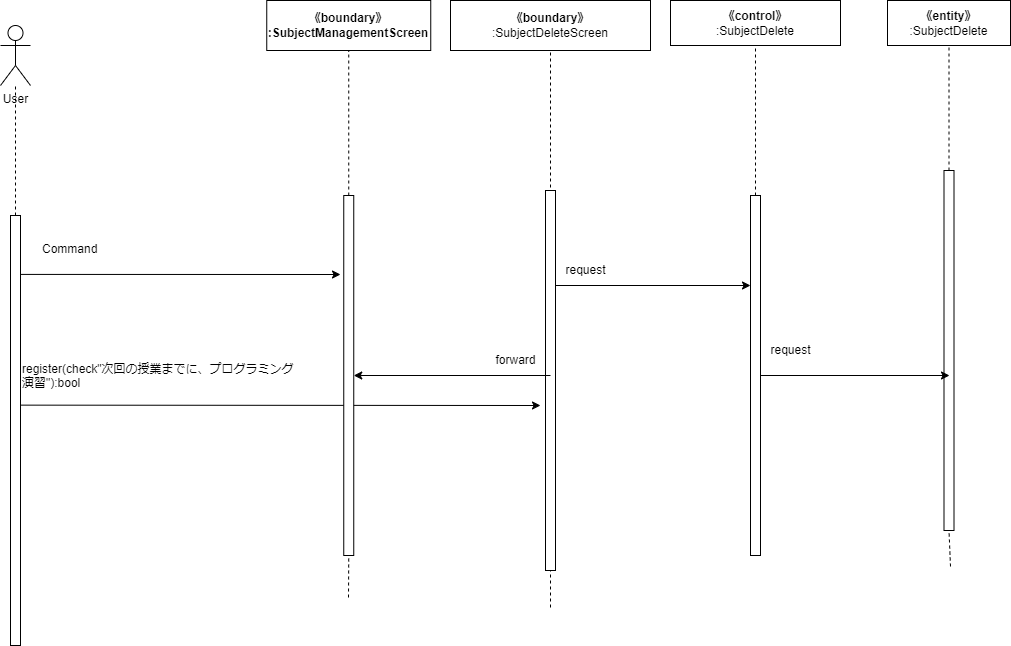
Before: Design/Sequence-4.drawio.png, a diagram exported from draw.io (Hu-Hanxu/First-App-Self-Management-). Source tidied: cells renumbered, new cells last; positions are measured from the earlier drawing's top-left corner, leaving out a move shared by most shapes.
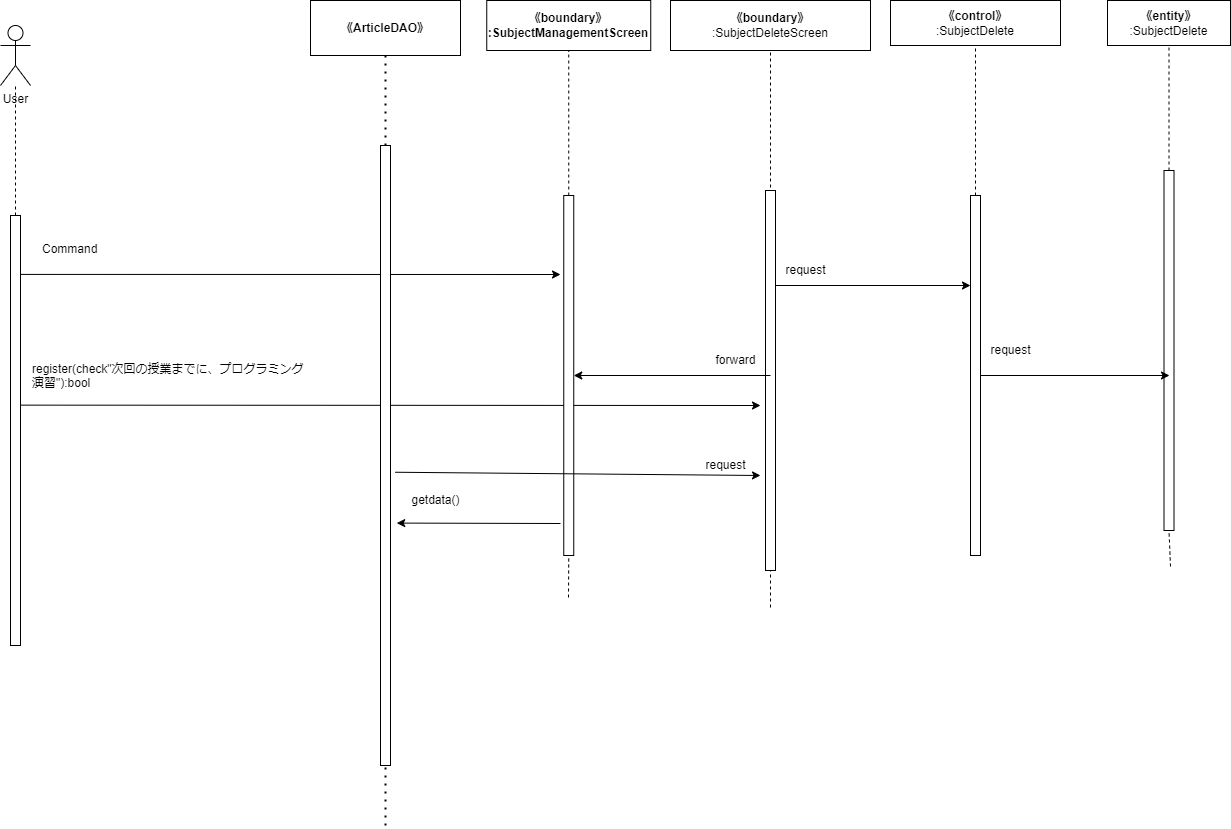
Above is the later version.

Diff of the diagram source:
```diff
@@ -3,11 +3,11 @@
     <mxCell id="0" />
     <mxCell id="1" parent="0" />
     <mxCell id="2" value="User" style="shape=umlActor;verticalLabelPosition=bottom;verticalAlign=top;html=1;outlineConnect=0;" parent="1" vertex="1">
-      <mxGeometry y="25" width="30" height="60" as="geometry" />
+      <mxGeometry x="-220" y="25" width="30" height="60" as="geometry" />
     </mxCell>
     <mxCell id="3" style="endArrow=none;dashed=1;html=1;exitX=0.5;exitY=0;exitDx=0;exitDy=0;" parent="1" edge="1" target="2">
       <mxGeometry relative="1" as="geometry">
-        <mxPoint x="15" y="215" as="sourcePoint" />
+        <mxPoint x="-205" y="215" as="sourcePoint" />
       </mxGeometry>
     </mxCell>
     <mxCell id="4" value="&lt;span style=&quot;font-weight: 700;&quot;&gt;《boundary》&lt;/span&gt;&lt;br style=&quot;font-weight: 700;&quot;&gt;&lt;span style=&quot;font-weight: 700;&quot;&gt;:Subject&lt;/span&gt;&lt;b&gt;ManagementScreen&lt;/b&gt;" style="rounded=0;whiteSpace=wrap;html=1;" parent="1" vertex="1">
@@ -25,7 +25,7 @@
       </mxGeometry>
     </mxCell>
     <mxCell id="8" style="rounded=0;whiteSpace=wrap;html=1;" parent="1" vertex="1">
-      <mxGeometry x="10" y="215" width="10" height="430" as="geometry" />
+      <mxGeometry x="-210" y="215" width="10" height="430" as="geometry" />
     </mxCell>
     <mxCell id="9" style="endArrow=none;dashed=1;html=1;entryX=0.5;entryY=1;entryDx=0;entryDy=0;startArrow=none;" parent="1" edge="1" source="11" target="4">
       <mxGeometry relative="1" as="geometry" />
@@ -67,10 +67,10 @@
       <mxGeometry x="943.5" y="170" width="10" height="360" as="geometry" />
     </mxCell>
     <mxCell id="20" value="register(check&quot;次回の授業までに、プログラミング演習&quot;):bool" style="text;whiteSpace=wrap;html=1;" parent="1" vertex="1">
-      <mxGeometry x="20" y="355" width="280" height="40" as="geometry" />
+      <mxGeometry x="-190" y="355" width="280" height="40" as="geometry" />
     </mxCell>
     <mxCell id="21" value="Command" style="text;whiteSpace=wrap;html=1;" parent="1" vertex="1">
-      <mxGeometry x="40" y="235" width="90" height="40" as="geometry" />
+      <mxGeometry x="-180" y="235" width="90" height="40" as="geometry" />
     </mxCell>
     <mxCell id="22" style="endArrow=classic;html=1;exitX=1.055;exitY=0.137;exitDx=0;exitDy=0;exitPerimeter=0;" parent="1" edge="1" source="8">
       <mxGeometry relative="1" as="geometry">
@@ -99,5 +99,35 @@
     <mxCell id="28" value="request" style="text;html=1;align=center;verticalAlign=middle;strokeColor=none;fillColor=none;" parent="1" vertex="1">
       <mxGeometry x="760" y="335" width="60" height="30" as="geometry" />
     </mxCell>
+    <mxCell id="29" value="&lt;span style=&quot;font-weight: 700;&quot;&gt;《&lt;/span&gt;&lt;span style=&quot;font-weight: 700;&quot;&gt;ArticleDAO&lt;/span&gt;&lt;span style=&quot;font-weight: 700;&quot;&gt;》&lt;/span&gt;" style="rounded=0;whiteSpace=wrap;html=1;" parent="1" vertex="1">
+      <mxGeometry x="90" width="150" height="55" as="geometry" />
+    </mxCell>
+    <mxCell id="30" style="endArrow=none;dashed=1;html=1;dashPattern=1 3;strokeWidth=2;entryX=0.5;entryY=1;entryDx=0;entryDy=0;startArrow=none;" parent="1" edge="1" source="32" target="29">
+      <mxGeometry relative="1" as="geometry" />
+    </mxCell>
+    <mxCell id="31" style="endArrow=none;dashed=1;html=1;dashPattern=1 3;strokeWidth=2;entryX=0.5;entryY=1;entryDx=0;entryDy=0;" parent="1" edge="1" target="32">
+      <mxGeometry relative="1" as="geometry">
+        <mxPoint x="165" y="825" as="sourcePoint" />
+      </mxGeometry>
+    </mxCell>
+    <mxCell id="32" style="rounded=0;whiteSpace=wrap;html=1;" parent="1" vertex="1">
+      <mxGeometry x="160" y="145" width="10" height="620" as="geometry" />
+    </mxCell>
+    <mxCell id="33" value="getdata()" style="text;html=1;align=center;verticalAlign=middle;strokeColor=none;fillColor=none;" parent="1" vertex="1">
+      <mxGeometry x="180" y="485" width="70" height="30" as="geometry" />
+    </mxCell>
+    <mxCell id="34" style="endArrow=classic;html=1;entryX=1.623;entryY=0.609;entryDx=0;entryDy=0;entryPerimeter=0;" parent="1" edge="1" target="32">
+      <mxGeometry relative="1" as="geometry">
+        <mxPoint x="340" y="523" as="sourcePoint" />
+      </mxGeometry>
+    </mxCell>
+    <mxCell id="35" style="endArrow=classic;html=1;exitX=1.469;exitY=0.527;exitDx=0;exitDy=0;exitPerimeter=0;" parent="1" edge="1" source="32">
+      <mxGeometry relative="1" as="geometry">
+        <mxPoint x="540" y="475" as="targetPoint" />
+      </mxGeometry>
+    </mxCell>
+    <mxCell id="36" value="request" style="text;html=1;align=center;verticalAlign=middle;strokeColor=none;fillColor=none;" parent="1" vertex="1">
+      <mxGeometry x="475" y="450" width="60" height="30" as="geometry" />
+    </mxCell>
   </root>
 </mxGraphModel>
```
